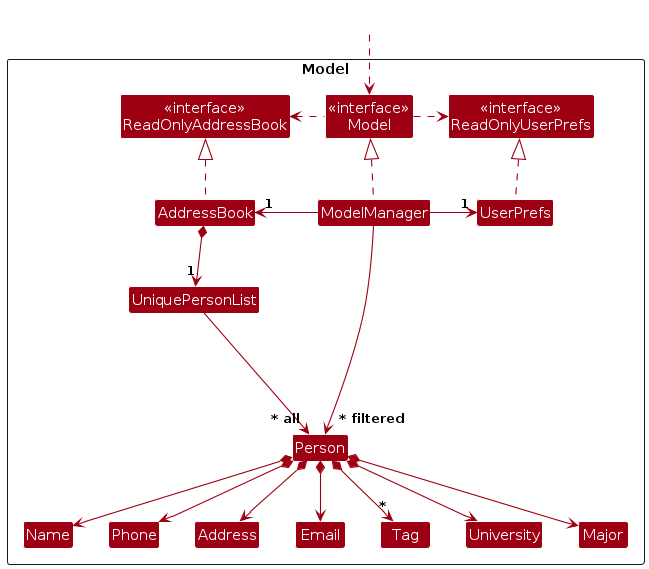
This is diagrams/ModelClassDiagram.png from AY2425S1-CS2103T-T17-1/tp, a PlantUML export, as it was before one commit. Its source is kept beside it as diagrams/ModelClassDiagram.puml.
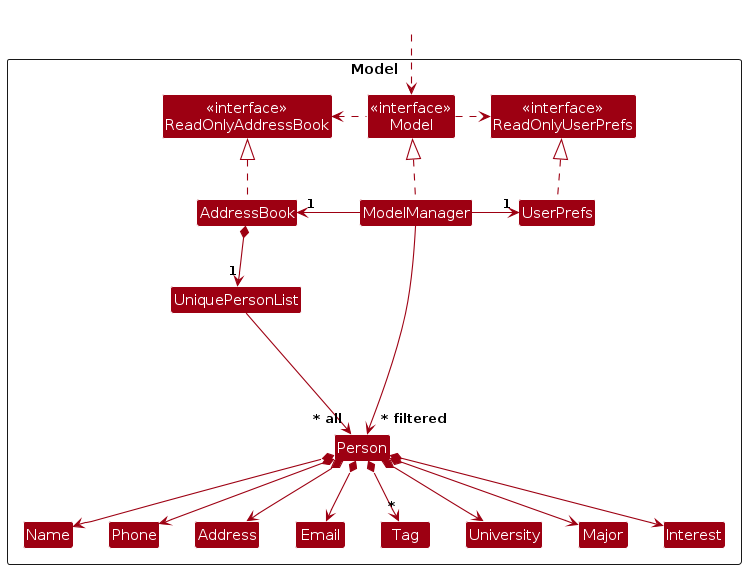
Later version of the same file.

The edit, as a diff of the source:
```diff
@@ -21,7 +21,7 @@
   Class Tag
   Class University
   Class Major
-
+  Class Interest
   Class I #FFFFFF
 }
 
@@ -46,6 +46,7 @@
 Person *--> "*" Tag
 Person *--> University
 Person *--> Major
+Person *--> Interest
 
 Person -[hidden]up--> I
 UniquePersonList -[hidden]right-> I
```
